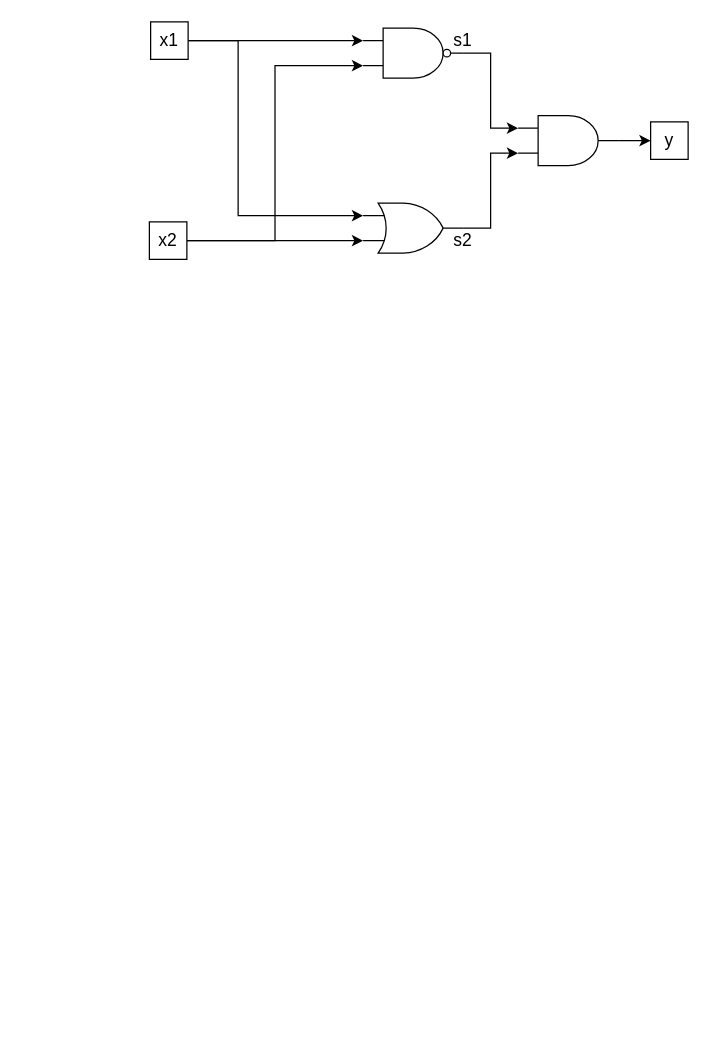
The draw.io diagram page "第 1 页" (1 of 4) of src/img/未命名绘图.drawio in shuilinhe/juejin, before the edit. Source tidied: cells renumbered, new cells numbered last; positions are measured from the earlier drawing's top-left corner, leaving out a move shared by most shapes. Both pictures are drawn from the tidied source at 125%, with x=0, y=0 at pixel (149, 21).
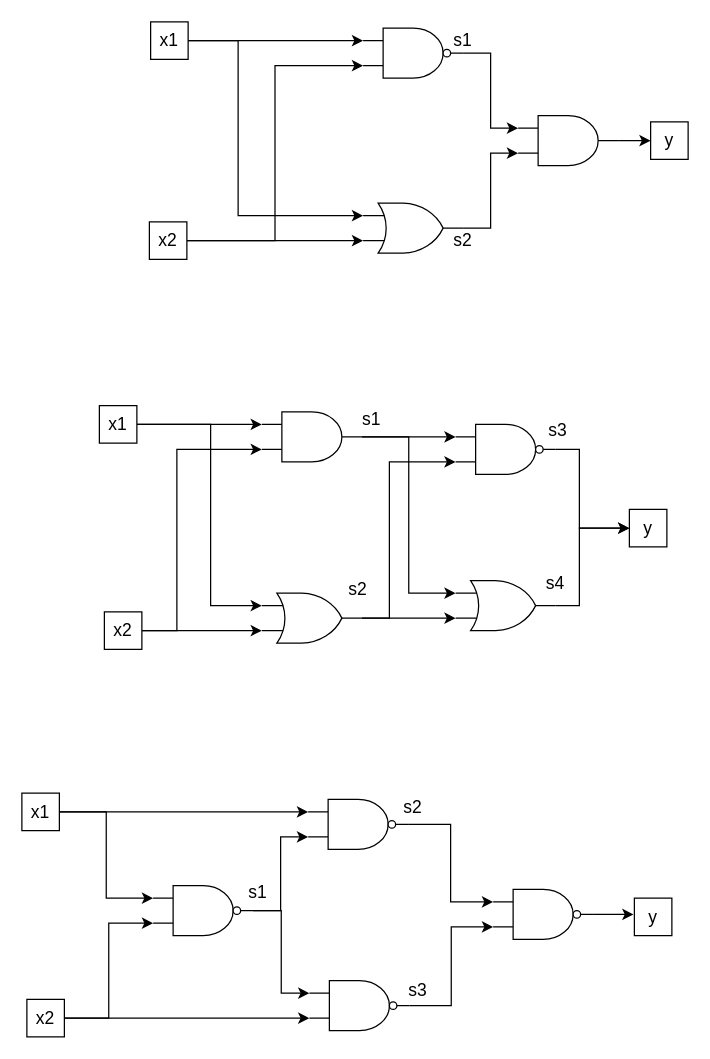
Above is the later version.

Commit message:
逻辑电路图drawio

The edit, as a diff of the source:
```diff
@@
+    <mxCell id="17" style="edgeStyle=orthogonalEdgeStyle;rounded=0;jettySize=auto;html=1;exitX=1;exitY=0.5;exitDx=0;exitDy=0;entryX=0;entryY=0.25;entryDx=0;entryDy=0;entryPerimeter=0;fontSize=14;" parent="1" edge="1" source="19" target="25">
+      <mxGeometry relative="1" as="geometry" />
+    </mxCell>
+    <mxCell id="18" style="edgeStyle=orthogonalEdgeStyle;rounded=0;jettySize=auto;html=1;exitX=1;exitY=0.5;exitDx=0;exitDy=0;entryX=0;entryY=0.25;entryDx=0;entryDy=0;entryPerimeter=0;fontSize=14;" parent="1" edge="1" source="19" target="28">
+      <mxGeometry relative="1" as="geometry">
+        <Array as="points">
+          <mxPoint x="49" y="322" />
+          <mxPoint x="49" y="467" />
+        </Array>
+      </mxGeometry>
+    </mxCell>
+    <mxCell id="19" value="&lt;font style=&quot;font-size: 14px;&quot;&gt;x1&lt;/font&gt;" style="rounded=0;whiteSpace=wrap;html=1;" parent="1" vertex="1">
+      <mxGeometry x="-40" y="307" width="30" height="30" as="geometry" />
+    </mxCell>
+    <mxCell id="20" style="edgeStyle=orthogonalEdgeStyle;rounded=0;jettySize=auto;html=1;exitX=1;exitY=0.5;exitDx=0;exitDy=0;entryX=0;entryY=0.75;entryDx=0;entryDy=0;entryPerimeter=0;fontSize=14;" parent="1" edge="1" source="22" target="28">
+      <mxGeometry relative="1" as="geometry" />
+    </mxCell>
+    <mxCell id="21" style="edgeStyle=orthogonalEdgeStyle;rounded=0;jettySize=auto;html=1;exitX=1;exitY=0.5;exitDx=0;exitDy=0;entryX=0;entryY=0.75;entryDx=0;entryDy=0;entryPerimeter=0;fontSize=14;" parent="1" edge="1" source="22" target="25">
+      <mxGeometry relative="1" as="geometry">
+        <Array as="points">
+          <mxPoint x="22" y="487" />
+          <mxPoint x="22" y="342" />
+        </Array>
+      </mxGeometry>
+    </mxCell>
+    <mxCell id="22" value="&lt;font style=&quot;font-size: 14px;&quot;&gt;x2&lt;/font&gt;" style="rounded=0;whiteSpace=wrap;html=1;" parent="1" vertex="1">
+      <mxGeometry x="-36" y="472" width="30" height="30" as="geometry" />
+    </mxCell>
+    <mxCell id="23" style="edgeStyle=orthogonalEdgeStyle;rounded=0;jettySize=auto;html=1;exitX=1;exitY=0.5;exitDx=0;exitDy=0;exitPerimeter=0;entryX=0;entryY=0.25;entryDx=0;entryDy=0;entryPerimeter=0;fontSize=14;" parent="1" edge="1" source="25" target="32">
+      <mxGeometry relative="1" as="geometry" />
+    </mxCell>
+    <mxCell id="24" style="edgeStyle=orthogonalEdgeStyle;rounded=0;jettySize=auto;html=1;exitX=1;exitY=0.5;exitDx=0;exitDy=0;exitPerimeter=0;entryX=0;entryY=0.25;entryDx=0;entryDy=0;entryPerimeter=0;fontSize=14;" parent="1" edge="1" source="25" target="30">
+      <mxGeometry relative="1" as="geometry" />
+    </mxCell>
+    <mxCell id="25" style="verticalLabelPosition=bottom;shadow=0;dashed=0;align=center;html=1;verticalAlign=top;shape=mxgraph.electrical.logic_gates.logic_gate;operation=and;" parent="1" vertex="1">
+      <mxGeometry x="90" y="312" width="80" height="40" as="geometry" />
+    </mxCell>
+    <mxCell id="26" style="edgeStyle=orthogonalEdgeStyle;rounded=0;jettySize=auto;html=1;exitX=1;exitY=0.5;exitDx=0;exitDy=0;exitPerimeter=0;entryX=0;entryY=0.75;entryDx=0;entryDy=0;entryPerimeter=0;fontSize=14;" parent="1" edge="1" source="28" target="30">
+      <mxGeometry relative="1" as="geometry" />
+    </mxCell>
+    <mxCell id="27" style="edgeStyle=orthogonalEdgeStyle;rounded=0;jettySize=auto;html=1;exitX=1;exitY=0.5;exitDx=0;exitDy=0;exitPerimeter=0;entryX=0;entryY=0.75;entryDx=0;entryDy=0;entryPerimeter=0;fontSize=14;" parent="1" edge="1" source="28" target="32">
+      <mxGeometry relative="1" as="geometry">
+        <Array as="points">
+          <mxPoint x="192" y="477" />
+          <mxPoint x="192" y="352" />
+        </Array>
+      </mxGeometry>
+    </mxCell>
+    <mxCell id="28" style="verticalLabelPosition=bottom;shadow=0;dashed=0;align=center;html=1;verticalAlign=top;shape=mxgraph.electrical.logic_gates.logic_gate;operation=or;" parent="1" vertex="1">
+      <mxGeometry x="90" y="457" width="80" height="40" as="geometry" />
+    </mxCell>
+    <mxCell id="29" style="edgeStyle=orthogonalEdgeStyle;rounded=0;jettySize=auto;html=1;exitX=1;exitY=0.5;exitDx=0;exitDy=0;exitPerimeter=0;entryX=0;entryY=0.5;entryDx=0;entryDy=0;fontSize=14;" parent="1" edge="1" source="30" target="33">
+      <mxGeometry relative="1" as="geometry">
+        <Array as="points">
+          <mxPoint x="344" y="467" />
+          <mxPoint x="344" y="405" />
+        </Array>
+      </mxGeometry>
+    </mxCell>
+    <mxCell id="30" style="verticalLabelPosition=bottom;shadow=0;dashed=0;align=center;html=1;verticalAlign=top;shape=mxgraph.electrical.logic_gates.logic_gate;operation=or;" parent="1" vertex="1">
+      <mxGeometry x="245" y="447" width="80" height="40" as="geometry" />
+    </mxCell>
+    <mxCell id="31" style="edgeStyle=orthogonalEdgeStyle;rounded=0;jettySize=auto;html=1;exitX=1;exitY=0.5;exitDx=0;exitDy=0;exitPerimeter=0;entryX=0;entryY=0.5;entryDx=0;entryDy=0;fontSize=14;" parent="1" edge="1" source="32" target="33">
+      <mxGeometry relative="1" as="geometry">
+        <Array as="points">
+          <mxPoint x="344" y="342" />
+          <mxPoint x="344" y="405" />
+        </Array>
+      </mxGeometry>
+    </mxCell>
+    <mxCell id="32" style="verticalLabelPosition=bottom;shadow=0;dashed=0;align=center;html=1;verticalAlign=top;shape=mxgraph.electrical.logic_gates.logic_gate;operation=and;negating=1;negSize=0.15;" parent="1" vertex="1">
+      <mxGeometry x="245" y="322" width="80" height="40" as="geometry" />
+    </mxCell>
+    <mxCell id="33" value="&lt;span style=&quot;font-size: 14px;&quot;&gt;y&lt;/span&gt;" style="rounded=0;whiteSpace=wrap;html=1;" parent="1" vertex="1">
+      <mxGeometry x="384" y="390" width="30" height="30" as="geometry" />
+    </mxCell>
+    <mxCell id="34" value="s1" style="text;html=1;strokeColor=none;fillColor=none;align=center;verticalAlign=middle;whiteSpace=wrap;rounded=0;fontSize=14;" parent="1" vertex="1">
+      <mxGeometry x="148" y="303" width="60" height="30" as="geometry" />
+    </mxCell>
+    <mxCell id="35" value="s2" style="text;html=1;strokeColor=none;fillColor=none;align=center;verticalAlign=middle;whiteSpace=wrap;rounded=0;fontSize=14;" parent="1" vertex="1">
+      <mxGeometry x="137" y="439" width="60" height="30" as="geometry" />
+    </mxCell>
+    <mxCell id="36" value="s3" style="text;html=1;strokeColor=none;fillColor=none;align=center;verticalAlign=middle;whiteSpace=wrap;rounded=0;fontSize=14;" parent="1" vertex="1">
+      <mxGeometry x="297" y="312" width="60" height="30" as="geometry" />
+    </mxCell>
+    <mxCell id="37" value="s4" style="text;html=1;strokeColor=none;fillColor=none;align=center;verticalAlign=middle;whiteSpace=wrap;rounded=0;fontSize=14;" parent="1" vertex="1">
+      <mxGeometry x="295" y="434" width="60" height="30" as="geometry" />
+    </mxCell>
+    <mxCell id="38" style="edgeStyle=orthogonalEdgeStyle;rounded=0;jettySize=auto;html=1;exitX=1;exitY=0.5;exitDx=0;exitDy=0;exitPerimeter=0;entryX=0;entryY=0.75;entryDx=0;entryDy=0;entryPerimeter=0;fontSize=14;" parent="1" edge="1" source="40" target="48">
+      <mxGeometry relative="1" as="geometry" />
+    </mxCell>
+    <mxCell id="39" style="edgeStyle=orthogonalEdgeStyle;rounded=0;jettySize=auto;html=1;exitX=1;exitY=0.5;exitDx=0;exitDy=0;exitPerimeter=0;entryX=0;entryY=0.25;entryDx=0;entryDy=0;entryPerimeter=0;fontSize=14;" parent="1" edge="1" source="40" target="50">
+      <mxGeometry relative="1" as="geometry" />
+    </mxCell>
+    <mxCell id="40" style="verticalLabelPosition=bottom;shadow=0;dashed=0;align=center;html=1;verticalAlign=top;shape=mxgraph.electrical.logic_gates.logic_gate;operation=and;negating=1;negSize=0.15;" parent="1" vertex="1">
+      <mxGeometry x="3" y="691" width="80" height="40" as="geometry" />
+    </mxCell>
+    <mxCell id="41" style="edgeStyle=orthogonalEdgeStyle;rounded=0;jettySize=auto;html=1;exitX=1;exitY=0.5;exitDx=0;exitDy=0;entryX=0;entryY=0.25;entryDx=0;entryDy=0;entryPerimeter=0;fontSize=14;" parent="1" edge="1" source="43" target="40">
+      <mxGeometry relative="1" as="geometry" />
+    </mxCell>
+    <mxCell id="42" style="edgeStyle=orthogonalEdgeStyle;rounded=0;jettySize=auto;html=1;exitX=1;exitY=0.5;exitDx=0;exitDy=0;entryX=0;entryY=0.25;entryDx=0;entryDy=0;entryPerimeter=0;fontSize=14;" parent="1" edge="1" source="43" target="48">
+      <mxGeometry relative="1" as="geometry" />
+    </mxCell>
+    <mxCell id="43" value="&lt;font style=&quot;font-size: 14px;&quot;&gt;x1&lt;/font&gt;" style="rounded=0;whiteSpace=wrap;html=1;" parent="1" vertex="1">
+      <mxGeometry x="-102" y="617" width="30" height="30" as="geometry" />
+    </mxCell>
+    <mxCell id="44" style="edgeStyle=orthogonalEdgeStyle;rounded=0;jettySize=auto;html=1;exitX=1;exitY=0.5;exitDx=0;exitDy=0;entryX=0;entryY=0.75;entryDx=0;entryDy=0;entryPerimeter=0;fontSize=14;" parent="1" edge="1" source="46" target="50">
+      <mxGeometry relative="1" as="geometry" />
+    </mxCell>
+    <mxCell id="45" style="edgeStyle=orthogonalEdgeStyle;rounded=0;jettySize=auto;html=1;exitX=1;exitY=0.5;exitDx=0;exitDy=0;entryX=0;entryY=0.75;entryDx=0;entryDy=0;entryPerimeter=0;fontSize=14;" parent="1" edge="1" source="46" target="40">
+      <mxGeometry relative="1" as="geometry" />
+    </mxCell>
+    <mxCell id="46" value="&lt;font style=&quot;font-size: 14px;&quot;&gt;x2&lt;/font&gt;" style="rounded=0;whiteSpace=wrap;html=1;" parent="1" vertex="1">
+      <mxGeometry x="-98" y="782" width="30" height="30" as="geometry" />
+    </mxCell>
+    <mxCell id="47" style="edgeStyle=orthogonalEdgeStyle;rounded=0;jettySize=auto;html=1;exitX=1;exitY=0.5;exitDx=0;exitDy=0;exitPerimeter=0;entryX=0;entryY=0.25;entryDx=0;entryDy=0;entryPerimeter=0;fontSize=14;" parent="1" edge="1" source="48" target="52">
+      <mxGeometry relative="1" as="geometry" />
+    </mxCell>
+    <mxCell id="48" style="verticalLabelPosition=bottom;shadow=0;dashed=0;align=center;html=1;verticalAlign=top;shape=mxgraph.electrical.logic_gates.logic_gate;operation=and;negating=1;negSize=0.15;" parent="1" vertex="1">
+      <mxGeometry x="127" y="622" width="80" height="40" as="geometry" />
+    </mxCell>
+    <mxCell id="49" style="edgeStyle=orthogonalEdgeStyle;rounded=0;jettySize=auto;html=1;exitX=1;exitY=0.5;exitDx=0;exitDy=0;exitPerimeter=0;entryX=0;entryY=0.75;entryDx=0;entryDy=0;entryPerimeter=0;fontSize=14;" parent="1" edge="1" source="50" target="52">
+      <mxGeometry relative="1" as="geometry" />
+    </mxCell>
+    <mxCell id="50" style="verticalLabelPosition=bottom;shadow=0;dashed=0;align=center;html=1;verticalAlign=top;shape=mxgraph.electrical.logic_gates.logic_gate;operation=and;negating=1;negSize=0.15;" parent="1" vertex="1">
+      <mxGeometry x="128" y="767" width="80" height="40" as="geometry" />
+    </mxCell>
+    <mxCell id="51" style="edgeStyle=orthogonalEdgeStyle;rounded=0;jettySize=auto;html=1;exitX=1;exitY=0.5;exitDx=0;exitDy=0;exitPerimeter=0;fontSize=14;" parent="1" edge="1" source="52">
+      <mxGeometry relative="1" as="geometry">
+        <mxPoint x="387.3" y="714" as="targetPoint" />
+      </mxGeometry>
+    </mxCell>
+    <mxCell id="52" style="verticalLabelPosition=bottom;shadow=0;dashed=0;align=center;html=1;verticalAlign=top;shape=mxgraph.electrical.logic_gates.logic_gate;operation=and;negating=1;negSize=0.15;" parent="1" vertex="1">
+      <mxGeometry x="275" y="694" width="80" height="40" as="geometry" />
+    </mxCell>
+    <mxCell id="53" value="&lt;span style=&quot;font-size: 14px;&quot;&gt;y&lt;/span&gt;" style="rounded=0;whiteSpace=wrap;html=1;" parent="1" vertex="1">
+      <mxGeometry x="388" y="701" width="30" height="30" as="geometry" />
+    </mxCell>
+    <mxCell id="54" value="s1" style="text;html=1;strokeColor=none;fillColor=none;align=center;verticalAlign=middle;whiteSpace=wrap;rounded=0;fontSize=14;" parent="1" vertex="1">
+      <mxGeometry x="57" y="681" width="60" height="30" as="geometry" />
+    </mxCell>
+    <mxCell id="55" value="s2" style="text;html=1;strokeColor=none;fillColor=none;align=center;verticalAlign=middle;whiteSpace=wrap;rounded=0;fontSize=14;" parent="1" vertex="1">
+      <mxGeometry x="181" y="613" width="60" height="30" as="geometry" />
+    </mxCell>
+    <mxCell id="56" value="s3" style="text;html=1;strokeColor=none;fillColor=none;align=center;verticalAlign=middle;whiteSpace=wrap;rounded=0;fontSize=14;" parent="1" vertex="1">
+      <mxGeometry x="185" y="760" width="60" height="30" as="geometry" />
+    </mxCell>
```
